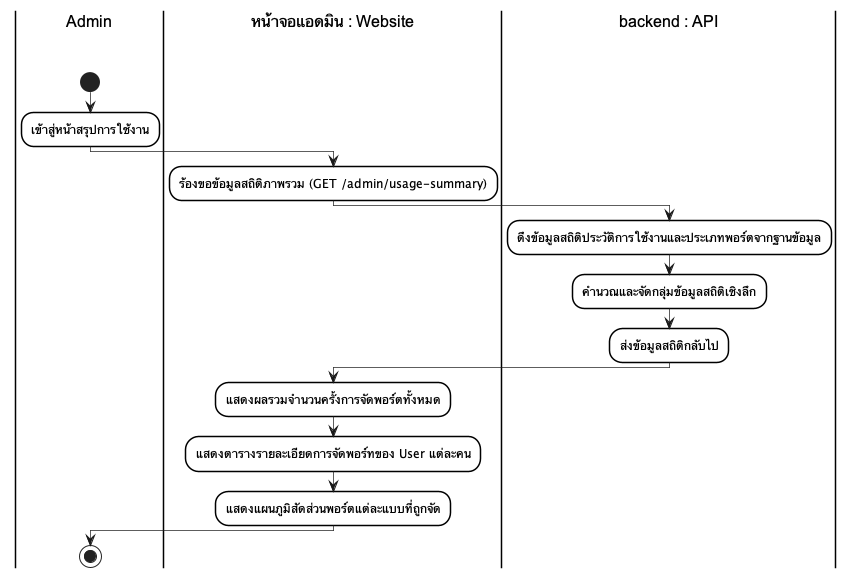
Before: docs/diagrams/images/activity/activity_14_usage_summary.png, a diagram exported from PlantUML (Anatta-at/my-portfolio-app). The source it was exported from:
```plantuml
@startuml
skinparam monochrome true
skinparam shadowing false
skinparam backgroundcolor white
skinparam ranksep 50

skinparam SwimlaneBorderColor black
skinparam SwimlaneBorderThickness 1.5
skinparam SwimlaneBackgroundColor white
skinparam SwimlaneTitleBackgroundColor white
skinparam SwimlaneTitleFontColor black
skinparam SwimlaneTitleFontSize 16
skinparam SwimlaneTitleFontName Arial

skinparam ActivityBackgroundColor white
skinparam ActivityBorderColor black
skinparam ActivityBorderThickness 1.5
skinparam ArrowThickness 0.7

|Admin\n\n|
start
:เข้าสู่หน้าสรุปการใช้งาน;
|หน้าจอแอดมิน : Website\n\n|
:ร้องขอข้อมูลสถิติภาพรวม (GET /admin/usage-summary);
|backend : API\n\n|
:ดึงข้อมูลสถิติประวัติการใช้งานและประเภทพอร์ตจากฐานข้อมูล;
:คำนวณและจัดกลุ่มข้อมูลสถิติเชิงลึก;
:ส่งข้อมูลสถิติกลับไป;
|หน้าจอแอดมิน : Website\n\n|
:แสดงผลรวมจำนวนครั้งการจัดพอร์ตทั้งหมด;
:แสดงตารางรายละเอียดการจัดพอร์ทของ User แต่ละคน;
:แสดงแผนภูมิสัดส่วนพอร์ตแต่ละแบบที่ถูกจัด;
|Admin\n\n|
stop
@enduml
```
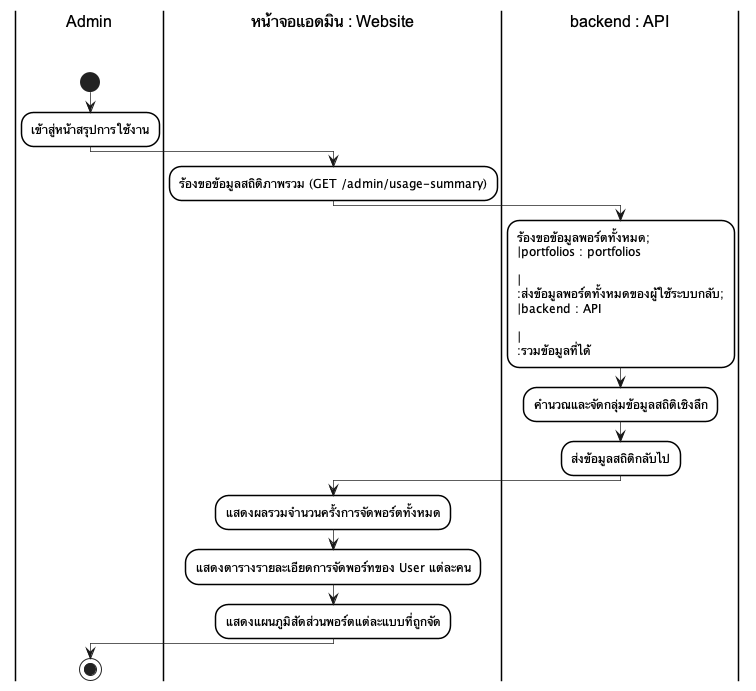
The same file after the commit.

Change to the diagram source:
```diff
@@ -23,7 +23,7 @@
 |หน้าจอแอดมิน : Website\n\n|
 :ร้องขอข้อมูลสถิติภาพรวม (GET /admin/usage-summary);
 |backend : API\n\n|
-:ดึงข้อมูลสถิติประวัติการใช้งานและประเภทพอร์ตจากฐานข้อมูล;
+:ร้องขอข้อมูลพอร์ตทั้งหมด;\n|portfolios : portfolios\n\n|\n:ส่งข้อมูลพอร์ตทั้งหมดของผู้ใช้ระบบกลับ;\n|backend : API\n\n|\n:รวมข้อมูลที่ได้;
 :คำนวณและจัดกลุ่มข้อมูลสถิติเชิงลึก;
 :ส่งข้อมูลสถิติกลับไป;
 |หน้าจอแอดมิน : Website\n\n|
```
